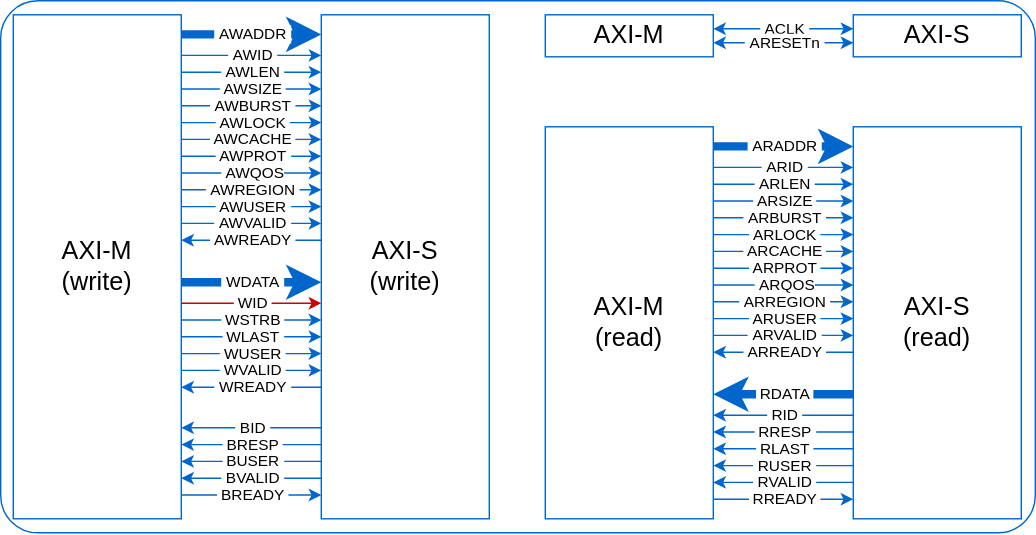
Before: images/axif/axif-interface.svg, a diagram exported from draw.io (rodrigomelo9/amba). Source tidied: cells renumbered, new cells last; positions are measured from the earlier drawing's top-left corner, leaving out a move shared by most shapes.
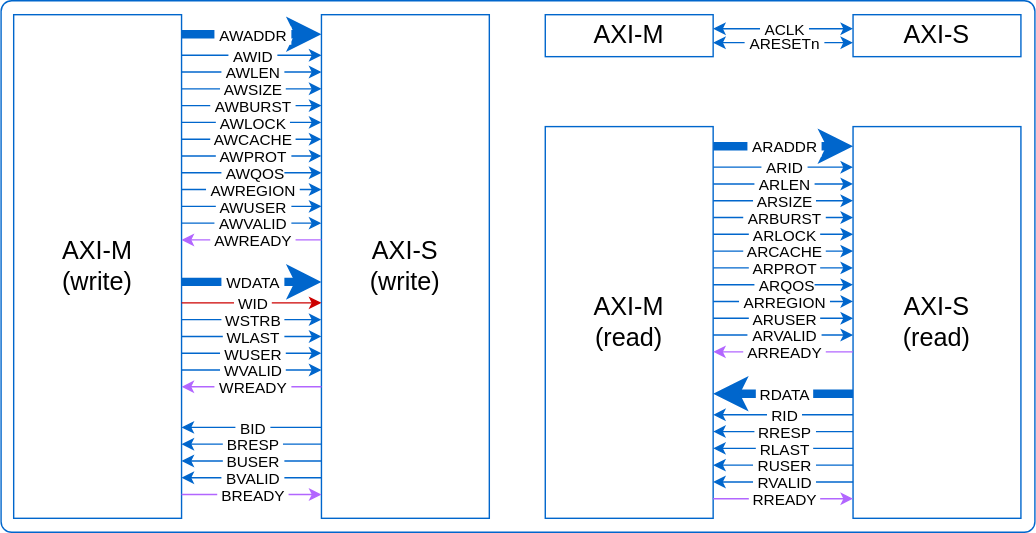
Above is the later version.

Commit message:
Improved axif-interface image

Change to the diagram source:
```diff
@@ -2,7 +2,7 @@
   <root>
     <mxCell id="0" />
     <mxCell id="1" parent="0" />
-    <mxCell id="2" style="rounded=1;whiteSpace=wrap;html=1;strokeColor=#0066CC;fontSize=18;arcSize=7;" parent="1" vertex="1">
+    <mxCell id="2" style="rounded=1;whiteSpace=wrap;html=1;strokeColor=#0066CC;fontSize=18;arcSize=2;" parent="1" vertex="1">
       <mxGeometry width="739" height="380" as="geometry" />
     </mxCell>
     <mxCell id="3" value="&lt;font style=&quot;font-size: 18px;&quot;&gt;AXI-S&lt;br&gt;(write)&lt;br&gt;&lt;/font&gt;" style="rounded=0;whiteSpace=wrap;html=1;strokeColor=#0066CC;" parent="1" vertex="1">
@@ -119,7 +119,7 @@
     <mxCell id="28" value="&amp;nbsp;AWUSER&amp;nbsp;" style="edgeLabel;html=1;align=center;verticalAlign=middle;strokeColor=#0066CC;" parent="27" vertex="1">
       <mxGeometry relative="1" as="geometry" />
     </mxCell>
-    <mxCell id="29" style="endArrow=none;html=1;rounded=0;strokeColor=#0066CC;startArrow=classic;startFill=1;endFill=0;" parent="1" edge="1">
+    <mxCell id="29" style="endArrow=none;html=1;rounded=0;strokeColor=#B266FF;startArrow=classic;startFill=1;endFill=0;" parent="1" edge="1">
       <mxGeometry relative="1" as="geometry">
         <mxPoint x="129" y="171" as="sourcePoint" />
         <mxPoint x="229" y="171" as="targetPoint" />
@@ -206,7 +206,7 @@
     <mxCell id="48" value="&amp;nbsp;WUSER&amp;nbsp;" style="edgeLabel;html=1;align=center;verticalAlign=middle;strokeColor=#0066CC;" parent="47" vertex="1">
       <mxGeometry relative="1" as="geometry" />
     </mxCell>
-    <mxCell id="49" style="endArrow=none;html=1;rounded=0;strokeColor=#0066CC;startArrow=classic;startFill=1;endFill=0;" parent="1" edge="1">
+    <mxCell id="49" style="endArrow=none;html=1;rounded=0;strokeColor=#B266FF;startArrow=classic;startFill=1;endFill=0;" parent="1" edge="1">
       <mxGeometry relative="1" as="geometry">
         <mxPoint x="129" y="276" as="sourcePoint" />
         <mxPoint x="229" y="276" as="targetPoint" />
@@ -251,7 +251,7 @@
     <mxCell id="58" value="&amp;nbsp;BUSER&amp;nbsp;" style="edgeLabel;html=1;align=center;verticalAlign=middle;strokeColor=#0066CC;" parent="57" vertex="1">
       <mxGeometry relative="1" as="geometry" />
     </mxCell>
-    <mxCell id="59" style="endArrow=classic;html=1;rounded=0;strokeColor=#0066CC;startArrow=none;startFill=0;endFill=1;" parent="1" edge="1">
+    <mxCell id="59" style="endArrow=classic;html=1;rounded=0;strokeColor=#B266FF;startArrow=none;startFill=0;endFill=1;" parent="1" edge="1">
       <mxGeometry relative="1" as="geometry">
         <mxPoint x="129" y="353" as="sourcePoint" />
         <mxPoint x="229" y="353" as="targetPoint" />
@@ -374,7 +374,7 @@
     <mxCell id="86" value="&amp;nbsp;ARUSER&amp;nbsp;" style="edgeLabel;html=1;align=center;verticalAlign=middle;strokeColor=#0066CC;" parent="85" vertex="1">
       <mxGeometry relative="1" as="geometry" />
     </mxCell>
-    <mxCell id="87" style="endArrow=none;html=1;rounded=0;strokeColor=#0066CC;startArrow=classic;startFill=1;endFill=0;" parent="1" edge="1">
+    <mxCell id="87" style="endArrow=none;html=1;rounded=0;strokeColor=#B266FF;startArrow=classic;startFill=1;endFill=0;" parent="1" edge="1">
       <mxGeometry relative="1" as="geometry">
         <mxPoint x="509" y="251" as="sourcePoint" />
         <mxPoint x="609" y="251" as="targetPoint" />
@@ -428,7 +428,7 @@
     <mxCell id="98" value="&amp;nbsp;RUSER&amp;nbsp;" style="edgeLabel;html=1;align=center;verticalAlign=middle;strokeColor=#0066CC;" parent="97" vertex="1">
       <mxGeometry relative="1" as="geometry" />
     </mxCell>
-    <mxCell id="99" style="endArrow=classic;html=1;rounded=0;strokeColor=#0066CC;startArrow=none;startFill=0;endFill=1;" parent="1" edge="1">
+    <mxCell id="99" style="endArrow=classic;html=1;rounded=0;strokeColor=#B266FF;startArrow=none;startFill=0;endFill=1;" parent="1" edge="1">
       <mxGeometry relative="1" as="geometry">
         <mxPoint x="509" y="356" as="sourcePoint" />
         <mxPoint x="609" y="356" as="targetPoint" />
```
